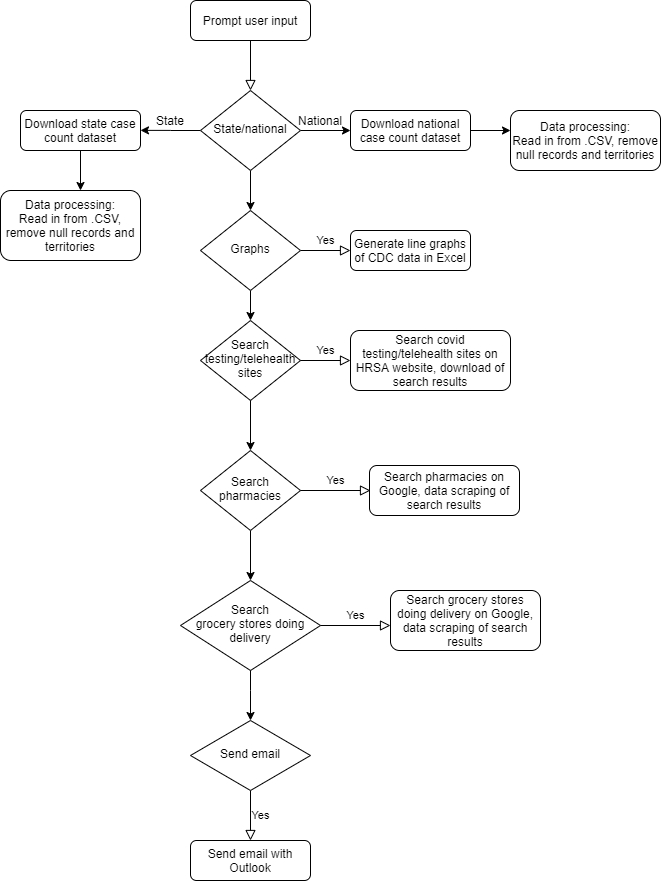
Before: P2-Proposals/TeamPi/LitToC_Flowchart.png, a diagram exported from draw.io (201019-UiPath/training-code). Source tidied: cells renumbered, new cells last; positions are measured from the earlier drawing's top-left corner, leaving out a move shared by most shapes.
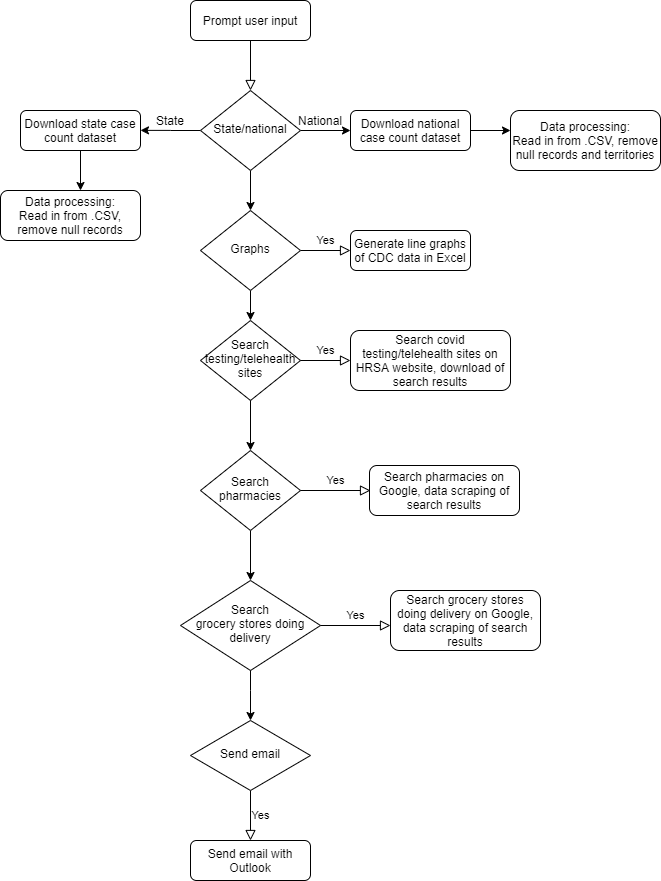
The same file after the commit.

Commit message:
fix state decision flow branch on flowchart

The edit, as a diff of the source:
```diff
@@ -67,8 +67,8 @@
         <mxPoint x="250" y="450" as="targetPoint" />
       </mxGeometry>
     </mxCell>
-    <mxCell id="21" value="Data processing:&lt;br&gt;Read in from .CSV, remove null records and territories" style="rounded=1;whiteSpace=wrap;html=1;fontSize=12;glass=0;strokeWidth=1;shadow=0;" parent="1" vertex="1">
-      <mxGeometry y="190" width="140" height="70" as="geometry" />
+    <mxCell id="21" value="Data processing:&lt;br&gt;Read in from .CSV, remove null records" style="rounded=1;whiteSpace=wrap;html=1;fontSize=12;glass=0;strokeWidth=1;shadow=0;" parent="1" vertex="1">
+      <mxGeometry y="190" width="140" height="50" as="geometry" />
     </mxCell>
     <mxCell id="22" style="edgeStyle=orthogonalEdgeStyle;rounded=0;jettySize=auto;html=1;exitX=0.5;exitY=1;exitDx=0;exitDy=0;" parent="1" edge="1" source="15">
       <mxGeometry relative="1" as="geometry">
```
